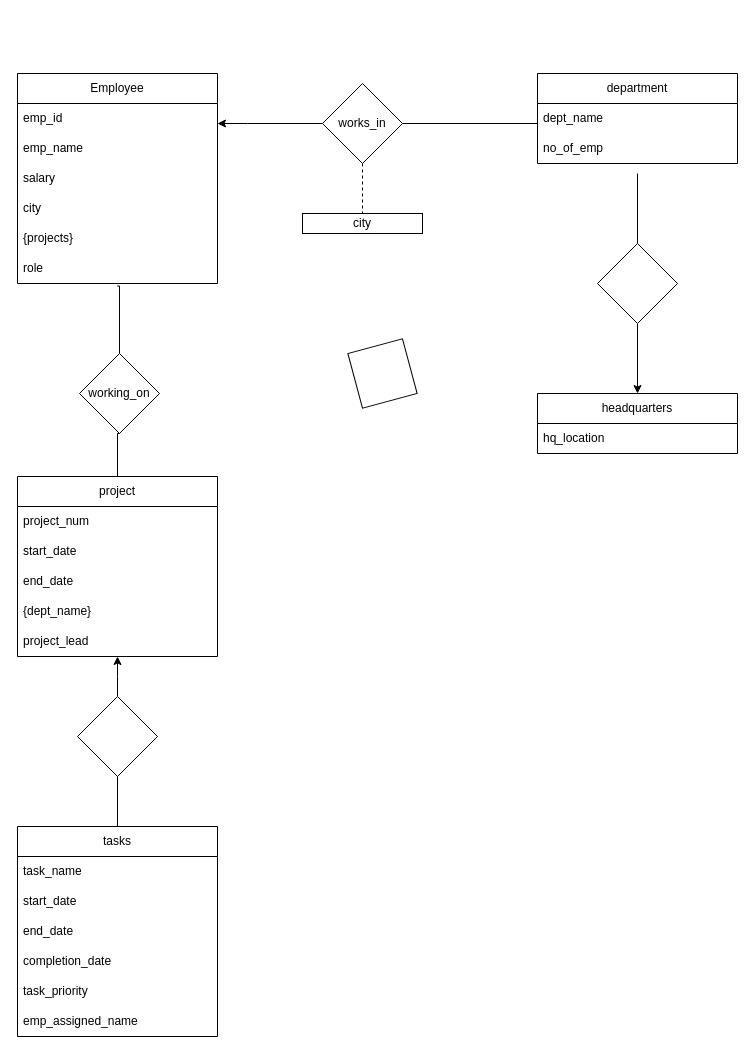
Before: Untitled Diagram.drawio in haris-hk/Database-ERD, a draw.io diagram. Source tidied: cells renumbered, new cells numbered last; positions are measured from the earlier drawing's top-left corner, leaving out a move shared by most shapes. Both pictures are drawn from the tidied source at 100%, with x=0, y=0 at pixel (17, 73).
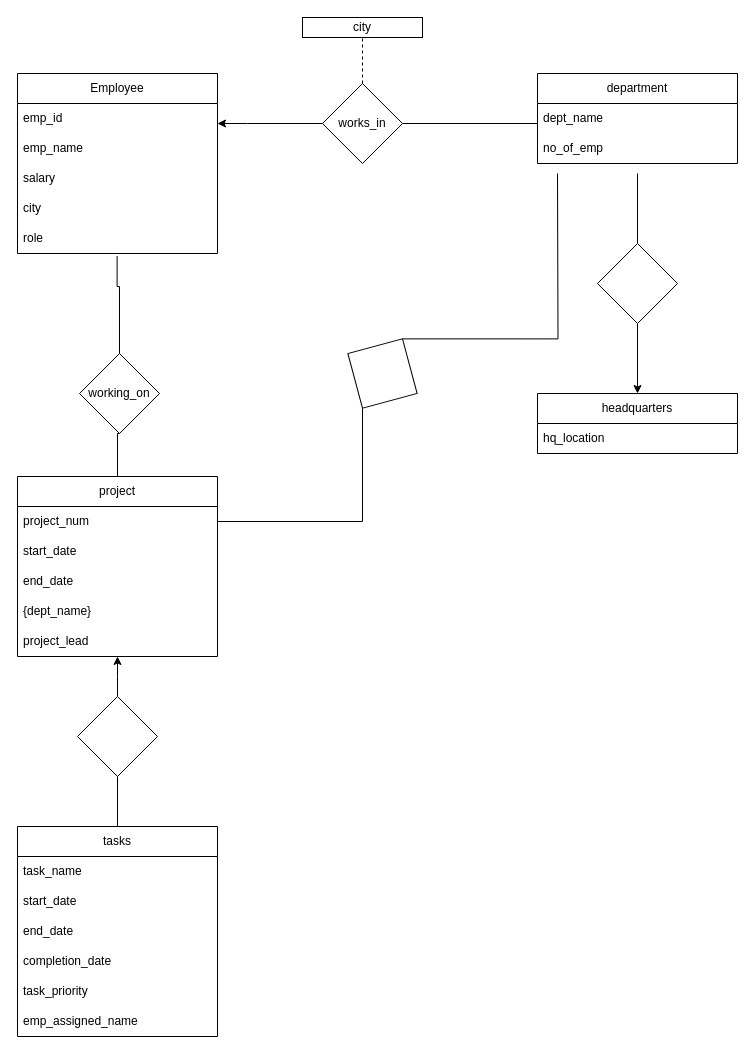
After the change.

Unchanged cells that the change refers to:
```xml
<mxCell id="10" value="project_num" style="text;strokeColor=none;fillColor=none;align=left;verticalAlign=middle;spacingLeft=4;spacingRight=4;overflow=hidden;points=[[0,0.5],[1,0.5]];portConstraint=eastwest;whiteSpace=wrap;html=1;" parent="9" vertex="1">
  <mxGeometry y="30" width="200" height="30" as="geometry" />
</mxCell>
<mxCell id="35" value="works_in" style="rhombus;whiteSpace=wrap;html=1;" parent="1" vertex="1">
  <mxGeometry x="305" y="10" width="80" height="80" as="geometry" />
</mxCell>
<mxCell id="41" style="rhombus;whiteSpace=wrap;html=1;rotation=30;" parent="1" vertex="1">
  <mxGeometry x="325" y="260" width="80" height="80" as="geometry" />
</mxCell>
```

Diff of the diagram source:
```diff
@@
     <mxCell id="2" value="Employee" style="swimlane;fontStyle=0;horizontal=1;startSize=30;whiteSpace=wrap;html=1;" parent="1" vertex="1">
-      <mxGeometry width="200" height="210" as="geometry" />
+      <mxGeometry width="200" height="180" as="geometry" />
     </mxCell>
@@
-    <mxCell id="7" value="{projects}" style="text;strokeColor=none;fillColor=none;align=left;verticalAlign=middle;spacingLeft=4;spacingRight=4;overflow=hidden;whiteSpace=wrap;html=1;" parent="2" vertex="1">
-      <mxGeometry y="150" width="200" height="30" as="geometry" />
-    </mxCell>
     <mxCell id="8" value="role" style="text;strokeColor=none;fillColor=none;align=left;verticalAlign=middle;spacingLeft=4;spacingRight=4;overflow=hidden;points=[[0,0.5],[1,0.5]];portConstraint=eastwest;whiteSpace=wrap;html=1;" parent="2" vertex="1">
-      <mxGeometry y="180" width="200" height="30" as="geometry" />
+      <mxGeometry y="150" width="200" height="30" as="geometry" />
     </mxCell>
@@
-    <mxCell id="34" style="edgeStyle=orthogonalEdgeStyle;rounded=0;jettySize=auto;html=1;exitX=0.5;exitY=1;exitDx=0;exitDy=0;dashed=1;endArrow=none;endFill=0;" parent="1" edge="1" source="35" target="40">
+    <mxCell id="34" style="edgeStyle=orthogonalEdgeStyle;rounded=0;jettySize=auto;html=1;exitX=0.5;exitY=0;exitDx=0;exitDy=0;entryX=0.5;entryY=1;entryDx=0;entryDy=0;dashed=1;endArrow=none;endFill=0;" parent="1" edge="1" source="35" target="40">
       <mxGeometry relative="1" as="geometry" />
     </mxCell>
@@
     <mxCell id="40" value="city" style="rounded=0;whiteSpace=wrap;html=1;" parent="1" vertex="1">
-      <mxGeometry x="285" y="140" width="120" height="20" as="geometry" />
+      <mxGeometry x="285" y="-56" width="120" height="20" as="geometry" />
     </mxCell>
+    <mxCell id="42" style="edgeStyle=orthogonalEdgeStyle;rounded=0;jettySize=auto;html=1;exitX=0.5;exitY=1;exitDx=0;exitDy=0;entryX=1;entryY=0.5;entryDx=0;entryDy=0;endArrow=none;endFill=0;" parent="1" edge="1" source="41" target="10">
+      <mxGeometry relative="1" as="geometry" />
+    </mxCell>
+    <mxCell id="43" style="edgeStyle=orthogonalEdgeStyle;rounded=0;jettySize=auto;html=1;exitX=0.5;exitY=0;exitDx=0;exitDy=0;endArrow=none;endFill=0;" parent="1" edge="1" source="41">
+      <mxGeometry relative="1" as="geometry">
+        <mxPoint x="540" y="100" as="targetPoint" />
+      </mxGeometry>
+    </mxCell>
```
